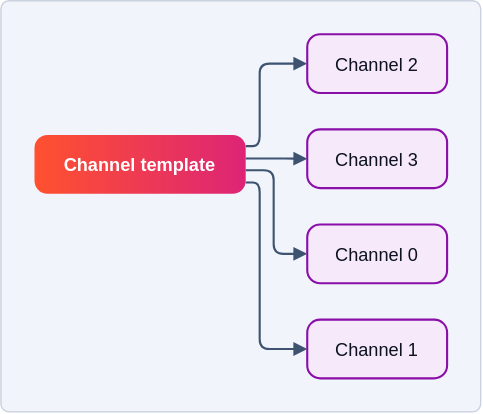
Before: docs/images/diagrams/tutorials-memory-mapped-registers-4.drawio.svg, a diagram exported from draw.io (bleviet/ipcraft-vscode). Source tidied: cells renumbered, new cells last; positions are measured from the earlier drawing's top-left corner, leaving out a move shared by most shapes. The source it was exported from:
```xml
<mxGraphModel>
  <root>
    <mxCell id="0" />
    <mxCell id="1" value="Background" parent="0" />
    <mxCell id="2" style="rounded=1;arcSize=2;absoluteArcSize=0;fillColor=#f1f4fb;strokeColor=#c9d0de;" parent="1" vertex="1">
      <mxGeometry width="343" height="294" as="geometry" />
    </mxCell>
    <mxCell id="3" value="Diagram" parent="0" />
    <mxCell id="4" value="Channel template" style="fontFamily=Manrope, Helvetica, Arial, sans-serif;fontSize=13;fontColor=#0d1120;strokeWidth=1.5;rounded=1;arcSize=22;fillColor=#ff512f;gradientColor=#dd2476;gradientDirection=east;strokeColor=none;fontColor=#ffffff;fontStyle=1;" parent="3" vertex="1">
      <mxGeometry x="24" y="96" width="151" height="42" as="geometry" />
    </mxCell>
    <mxCell id="5" value="Channel 0" style="fontFamily=Manrope, Helvetica, Arial, sans-serif;fontSize=13;fontColor=#0d1120;strokeWidth=1.5;rounded=1;arcSize=22;fillColor=#f5e9fa;strokeColor=#8a0ea8;" parent="3" vertex="1">
      <mxGeometry x="219" y="160" width="100" height="42" as="geometry" />
    </mxCell>
    <mxCell id="6" value="Channel 1" style="fontFamily=Manrope, Helvetica, Arial, sans-serif;fontSize=13;fontColor=#0d1120;strokeWidth=1.5;rounded=1;arcSize=22;fillColor=#f5e9fa;strokeColor=#8a0ea8;" parent="3" vertex="1">
      <mxGeometry x="219" y="228" width="100" height="42" as="geometry" />
    </mxCell>
    <mxCell id="7" value="Channel 2" style="fontFamily=Manrope, Helvetica, Arial, sans-serif;fontSize=13;fontColor=#0d1120;strokeWidth=1.5;rounded=1;arcSize=22;fillColor=#f5e9fa;strokeColor=#8a0ea8;" parent="3" vertex="1">
      <mxGeometry x="219" y="24" width="100" height="42" as="geometry" />
    </mxCell>
    <mxCell id="8" value="Channel 3" style="fontFamily=Manrope, Helvetica, Arial, sans-serif;fontSize=13;fontColor=#0d1120;strokeWidth=1.5;rounded=1;arcSize=22;fillColor=#f5e9fa;strokeColor=#8a0ea8;" parent="3" vertex="1">
      <mxGeometry x="219" y="92" width="100" height="42" as="geometry" />
    </mxCell>
    <mxCell id="9" style="edgeStyle=orthogonalEdgeStyle;rounded=1;arcSize=14;strokeColor=#3d5370;strokeWidth=1.5;endArrow=block;endFill=1;endSize=6;fontFamily=Manrope, Helvetica, Arial, sans-serif;fontSize=11;fontColor=#3d5370;labelBackgroundColor=#f1f4fb;exitX=1;exitY=0.6;exitDx=0;exitDy=0;entryX=0;entryY=0.5;entryDx=0;entryDy=0;" parent="3" edge="1" source="4" target="5">
      <mxGeometry relative="1" as="geometry">
        <Array as="points">
          <mxPoint x="195" y="121" />
          <mxPoint x="195" y="181" />
        </Array>
      </mxGeometry>
    </mxCell>
    <mxCell id="10" style="edgeStyle=orthogonalEdgeStyle;rounded=1;arcSize=14;strokeColor=#3d5370;strokeWidth=1.5;endArrow=block;endFill=1;endSize=6;fontFamily=Manrope, Helvetica, Arial, sans-serif;fontSize=11;fontColor=#3d5370;labelBackgroundColor=#f1f4fb;exitX=1;exitY=0.81;exitDx=0;exitDy=0;entryX=0;entryY=0.5;entryDx=0;entryDy=0;" parent="3" edge="1" source="4" target="6">
      <mxGeometry relative="1" as="geometry">
        <Array as="points">
          <mxPoint x="185" y="130" />
          <mxPoint x="185" y="249" />
        </Array>
      </mxGeometry>
    </mxCell>
    <mxCell id="11" style="edgeStyle=orthogonalEdgeStyle;rounded=1;arcSize=14;strokeColor=#3d5370;strokeWidth=1.5;endArrow=block;endFill=1;endSize=6;fontFamily=Manrope, Helvetica, Arial, sans-serif;fontSize=11;fontColor=#3d5370;labelBackgroundColor=#f1f4fb;exitX=1;exitY=0.19;exitDx=0;exitDy=0;entryX=0;entryY=0.5;entryDx=0;entryDy=0;" parent="3" edge="1" source="4" target="7">
      <mxGeometry relative="1" as="geometry">
        <Array as="points">
          <mxPoint x="185" y="104" />
          <mxPoint x="185" y="45" />
        </Array>
      </mxGeometry>
    </mxCell>
    <mxCell id="12" style="edgeStyle=orthogonalEdgeStyle;rounded=1;arcSize=14;strokeColor=#3d5370;strokeWidth=1.5;endArrow=block;endFill=1;endSize=6;fontFamily=Manrope, Helvetica, Arial, sans-serif;fontSize=11;fontColor=#3d5370;labelBackgroundColor=#f1f4fb;exitX=1;exitY=0.4;exitDx=0;exitDy=0;entryX=0;entryY=0.5;entryDx=0;entryDy=0;" parent="3" edge="1" source="4" target="8">
      <mxGeometry relative="1" as="geometry" />
    </mxCell>
  </root>
</mxGraphModel>
```
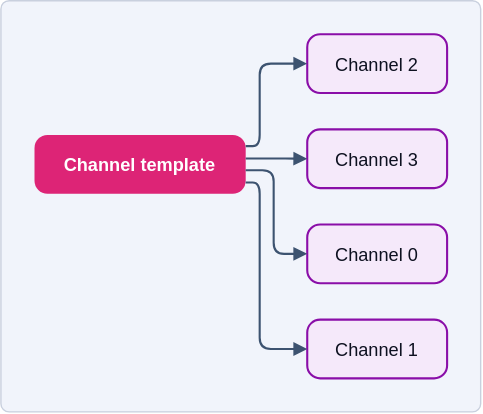
Later version of the same file.

What changed in the source:
```diff
@@ -6,7 +6,7 @@
       <mxGeometry width="343" height="294" as="geometry" />
     </mxCell>
     <mxCell id="3" value="Diagram" parent="0" />
-    <mxCell id="4" value="Channel template" style="fontFamily=Manrope, Helvetica, Arial, sans-serif;fontSize=13;fontColor=#0d1120;strokeWidth=1.5;rounded=1;arcSize=22;fillColor=#ff512f;gradientColor=#dd2476;gradientDirection=east;strokeColor=none;fontColor=#ffffff;fontStyle=1;" parent="3" vertex="1">
+    <mxCell id="4" value="Channel template" style="fontFamily=Manrope, Helvetica, Arial, sans-serif;fontSize=13;fontColor=#0d1120;strokeWidth=1.5;rounded=1;arcSize=22;fillColor=#dd2476;strokeColor=none;fontColor=#ffffff;fontStyle=1;" parent="3" vertex="1">
       <mxGeometry x="24" y="96" width="151" height="42" as="geometry" />
     </mxCell>
     <mxCell id="5" value="Channel 0" style="fontFamily=Manrope, Helvetica, Arial, sans-serif;fontSize=13;fontColor=#0d1120;strokeWidth=1.5;rounded=1;arcSize=22;fillColor=#f5e9fa;strokeColor=#8a0ea8;" parent="3" vertex="1">
@@ -21,7 +21,7 @@
     <mxCell id="8" value="Channel 3" style="fontFamily=Manrope, Helvetica, Arial, sans-serif;fontSize=13;fontColor=#0d1120;strokeWidth=1.5;rounded=1;arcSize=22;fillColor=#f5e9fa;strokeColor=#8a0ea8;" parent="3" vertex="1">
       <mxGeometry x="219" y="92" width="100" height="42" as="geometry" />
     </mxCell>
-    <mxCell id="9" style="edgeStyle=orthogonalEdgeStyle;rounded=1;arcSize=14;strokeColor=#3d5370;strokeWidth=1.5;endArrow=block;endFill=1;endSize=6;fontFamily=Manrope, Helvetica, Arial, sans-serif;fontSize=11;fontColor=#3d5370;labelBackgroundColor=#f1f4fb;exitX=1;exitY=0.6;exitDx=0;exitDy=0;entryX=0;entryY=0.5;entryDx=0;entryDy=0;" parent="3" edge="1" source="4" target="5">
+    <mxCell id="9" style="edgeStyle=orthogonalEdgeStyle;rounded=1;arcSize=16;html=0;strokeColor=#3d5370;strokeWidth=1.5;endArrow=block;endFill=1;endSize=6;fontFamily=Manrope, Helvetica, Arial, sans-serif;fontSize=11;fontColor=#3d5370;labelBackgroundColor=#f1f4fb;exitX=1;exitY=0.6;exitDx=0;exitDy=0;entryX=0;entryY=0.5;entryDx=0;entryDy=0;" parent="3" edge="1" source="4" target="5">
       <mxGeometry relative="1" as="geometry">
         <Array as="points">
           <mxPoint x="195" y="121" />
@@ -29,7 +29,7 @@
         </Array>
       </mxGeometry>
     </mxCell>
-    <mxCell id="10" style="edgeStyle=orthogonalEdgeStyle;rounded=1;arcSize=14;strokeColor=#3d5370;strokeWidth=1.5;endArrow=block;endFill=1;endSize=6;fontFamily=Manrope, Helvetica, Arial, sans-serif;fontSize=11;fontColor=#3d5370;labelBackgroundColor=#f1f4fb;exitX=1;exitY=0.81;exitDx=0;exitDy=0;entryX=0;entryY=0.5;entryDx=0;entryDy=0;" parent="3" edge="1" source="4" target="6">
+    <mxCell id="10" style="edgeStyle=orthogonalEdgeStyle;rounded=1;arcSize=16;html=0;strokeColor=#3d5370;strokeWidth=1.5;endArrow=block;endFill=1;endSize=6;fontFamily=Manrope, Helvetica, Arial, sans-serif;fontSize=11;fontColor=#3d5370;labelBackgroundColor=#f1f4fb;exitX=1;exitY=0.81;exitDx=0;exitDy=0;entryX=0;entryY=0.5;entryDx=0;entryDy=0;" parent="3" edge="1" source="4" target="6">
       <mxGeometry relative="1" as="geometry">
         <Array as="points">
           <mxPoint x="185" y="130" />
@@ -37,7 +37,7 @@
         </Array>
       </mxGeometry>
     </mxCell>
-    <mxCell id="11" style="edgeStyle=orthogonalEdgeStyle;rounded=1;arcSize=14;strokeColor=#3d5370;strokeWidth=1.5;endArrow=block;endFill=1;endSize=6;fontFamily=Manrope, Helvetica, Arial, sans-serif;fontSize=11;fontColor=#3d5370;labelBackgroundColor=#f1f4fb;exitX=1;exitY=0.19;exitDx=0;exitDy=0;entryX=0;entryY=0.5;entryDx=0;entryDy=0;" parent="3" edge="1" source="4" target="7">
+    <mxCell id="11" style="edgeStyle=orthogonalEdgeStyle;rounded=1;arcSize=16;html=0;strokeColor=#3d5370;strokeWidth=1.5;endArrow=block;endFill=1;endSize=6;fontFamily=Manrope, Helvetica, Arial, sans-serif;fontSize=11;fontColor=#3d5370;labelBackgroundColor=#f1f4fb;exitX=1;exitY=0.19;exitDx=0;exitDy=0;entryX=0;entryY=0.5;entryDx=0;entryDy=0;" parent="3" edge="1" source="4" target="7">
       <mxGeometry relative="1" as="geometry">
         <Array as="points">
           <mxPoint x="185" y="104" />
@@ -45,7 +45,7 @@
         </Array>
       </mxGeometry>
     </mxCell>
-    <mxCell id="12" style="edgeStyle=orthogonalEdgeStyle;rounded=1;arcSize=14;strokeColor=#3d5370;strokeWidth=1.5;endArrow=block;endFill=1;endSize=6;fontFamily=Manrope, Helvetica, Arial, sans-serif;fontSize=11;fontColor=#3d5370;labelBackgroundColor=#f1f4fb;exitX=1;exitY=0.4;exitDx=0;exitDy=0;entryX=0;entryY=0.5;entryDx=0;entryDy=0;" parent="3" edge="1" source="4" target="8">
+    <mxCell id="12" style="edgeStyle=orthogonalEdgeStyle;rounded=1;arcSize=16;html=0;strokeColor=#3d5370;strokeWidth=1.5;endArrow=block;endFill=1;endSize=6;fontFamily=Manrope, Helvetica, Arial, sans-serif;fontSize=11;fontColor=#3d5370;labelBackgroundColor=#f1f4fb;exitX=1;exitY=0.4;exitDx=0;exitDy=0;entryX=0;entryY=0.5;entryDx=0;entryDy=0;" parent="3" edge="1" source="4" target="8">
       <mxGeometry relative="1" as="geometry" />
     </mxCell>
   </root>
```
